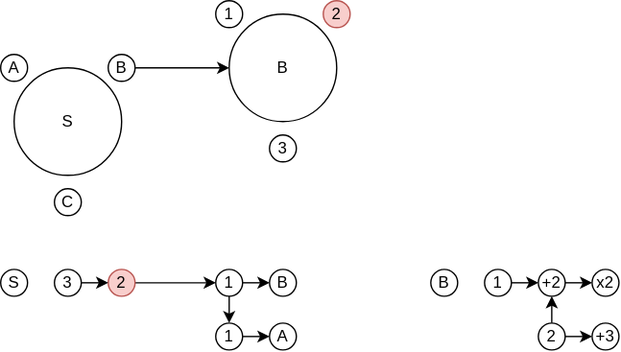
Above: docs/content/design/diagrams/revocation.drawio.svg in dxos/dxos (draw.io), before the change. Source tidied: cells renumbered, new cells last; positions are measured from the earlier drawing's top-left corner, leaving out a move shared by most shapes.
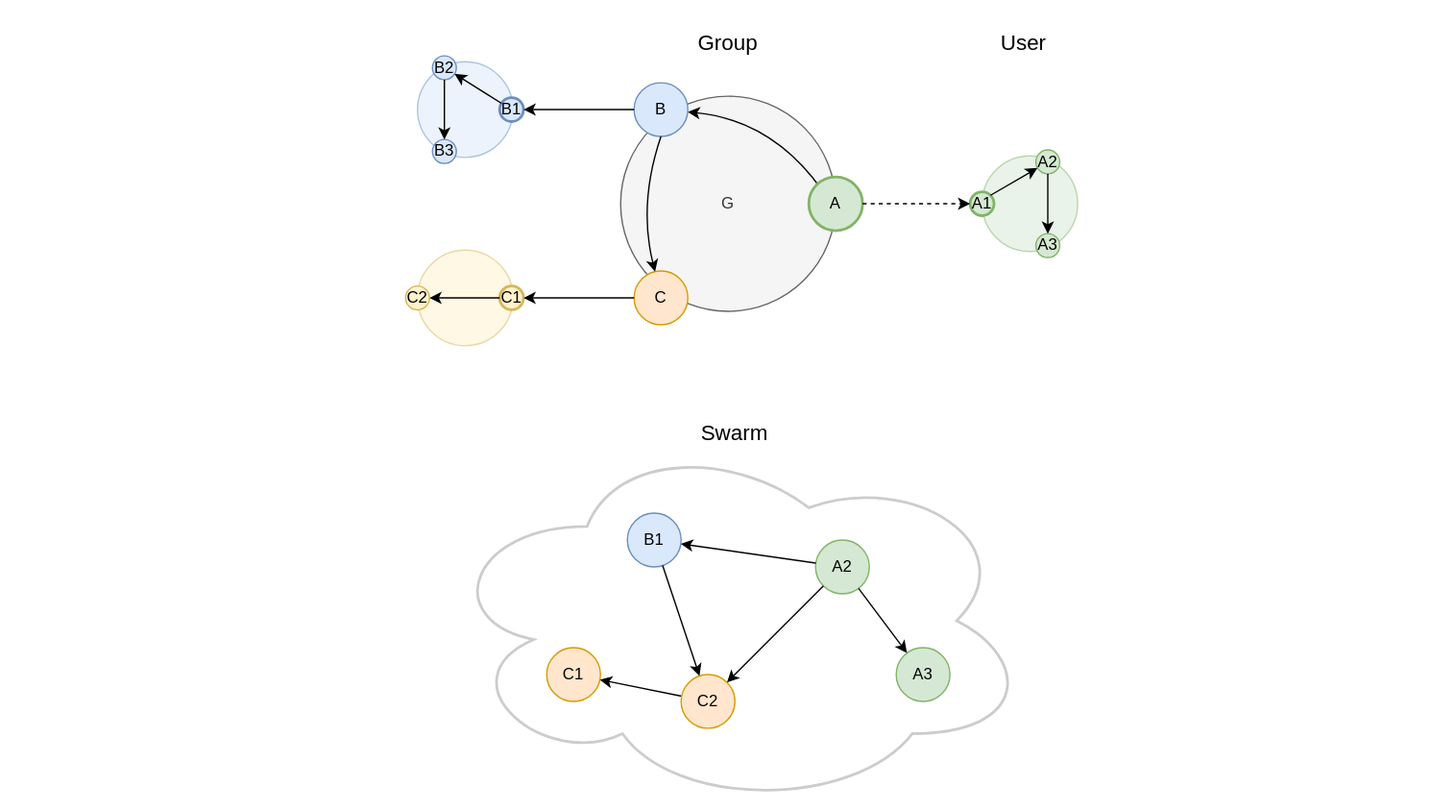
The same file after the commit.

Diff of the diagram source:
```diff
@@ -2,98 +2,146 @@
   <root>
     <mxCell id="0" />
     <mxCell id="1" parent="0" />
+    <mxCell id="30" style="rounded=0;whiteSpace=wrap;html=1;strokeColor=none;strokeWidth=2;fontSize=16;fillColor=none;" parent="1" vertex="1">
+      <mxGeometry x="-230" y="-70" width="1080" height="600" as="geometry" />
+    </mxCell>
+    <mxCell id="27" style="group;" parent="1" vertex="1">
+      <mxGeometry x="95" y="230" width="440" height="300" as="geometry" />
+    </mxCell>
+    <mxCell id="33" style="ellipse;shape=cloud;whiteSpace=wrap;html=1;strokeColor=#CCCCCC;strokeWidth=2;fillColor=none;" parent="27" vertex="1">
+      <mxGeometry y="20" width="440" height="280" as="geometry" />
+    </mxCell>
+    <mxCell id="13" value="A2" style="ellipse;whiteSpace=wrap;html=1;strokeColor=#82b366;fillColor=#d5e8d4;" parent="27" vertex="1">
+      <mxGeometry x="280" y="100" width="40" height="40" as="geometry" />
+    </mxCell>
+    <mxCell id="16" value="A3" style="ellipse;whiteSpace=wrap;html=1;strokeColor=#82b366;fillColor=#d5e8d4;" parent="27" vertex="1">
+      <mxGeometry x="340" y="180" width="40" height="40" as="geometry" />
+    </mxCell>
+    <mxCell id="19" style="edgeStyle=none;html=1;" parent="27" edge="1" source="13" target="16">
+      <mxGeometry relative="1" as="geometry" />
+    </mxCell>
+    <mxCell id="21" value="B1" style="ellipse;whiteSpace=wrap;html=1;strokeColor=#6c8ebf;fillColor=#dae8fc;" parent="27" vertex="1">
+      <mxGeometry x="140" y="80" width="40" height="40" as="geometry" />
+    </mxCell>
+    <mxCell id="34" style="edgeStyle=none;html=1;" parent="27" edge="1" source="13" target="21">
+      <mxGeometry relative="1" as="geometry" />
+    </mxCell>
+    <mxCell id="20" value="C1" style="ellipse;whiteSpace=wrap;html=1;fillColor=#ffe6cc;strokeColor=#d79b00;" parent="27" vertex="1">
+      <mxGeometry x="80" y="180" width="40" height="40" as="geometry" />
+    </mxCell>
+    <mxCell id="24" style="edgeStyle=none;html=1;" parent="27" edge="1" source="14" target="20">
+      <mxGeometry relative="1" as="geometry" />
+    </mxCell>
+    <mxCell id="14" value="C2" style="ellipse;whiteSpace=wrap;html=1;fillColor=#ffe6cc;strokeColor=#d79b00;" parent="27" vertex="1">
+      <mxGeometry x="180" y="200" width="40" height="40" as="geometry" />
+    </mxCell>
+    <mxCell id="22" style="edgeStyle=none;html=1;" parent="27" edge="1" source="13" target="14">
+      <mxGeometry relative="1" as="geometry" />
+    </mxCell>
+    <mxCell id="26" style="edgeStyle=none;html=1;" parent="27" edge="1" source="21" target="14">
+      <mxGeometry relative="1" as="geometry" />
+    </mxCell>
+    <mxCell id="29" value="Swarm" style="rounded=0;whiteSpace=wrap;html=1;strokeColor=none;strokeWidth=2;fillColor=none;fontSize=16;" parent="27" vertex="1">
+      <mxGeometry x="140" width="160" height="40" as="geometry" />
+    </mxCell>
+    <mxCell id="6" value="G" style="ellipse;whiteSpace=wrap;html=1;fillColor=#f5f5f5;strokeColor=#666666;fontColor=#333333;" parent="1" vertex="1">
+      <mxGeometry x="230" width="160" height="160" as="geometry" />
+    </mxCell>
+    <mxCell id="35" style="edgeStyle=none;html=1;fontSize=16;curved=1;" parent="1" edge="1" target="36">
+      <mxGeometry relative="1" as="geometry">
+        <mxPoint x="380" y="70" as="sourcePoint" />
+        <Array as="points">
+          <mxPoint x="343" y="18" />
+        </Array>
+      </mxGeometry>
+    </mxCell>
-    <mxCell id="2" value="A" style="ellipse;whiteSpace=wrap;html=1;" parent="1" vertex="1">
-      <mxGeometry y="40" width="20" height="20" as="geometry" />
+    <mxCell id="2" value="A" style="ellipse;whiteSpace=wrap;html=1;fillColor=#d5e8d4;strokeColor=#82b366;strokeWidth=2;" parent="1" vertex="1">
+      <mxGeometry x="370" y="60" width="40" height="40" as="geometry" />
     </mxCell>
+    <mxCell id="36" value="B" style="ellipse;whiteSpace=wrap;html=1;fillColor=#dae8fc;strokeColor=#6c8ebf;" parent="1" vertex="1">
+      <mxGeometry x="240" y="-10" width="40" height="40" as="geometry" />
+    </mxCell>
+    <mxCell id="4" value="C" style="ellipse;whiteSpace=wrap;html=1;fillColor=#ffe6cc;strokeColor=#d79b00;" parent="1" vertex="1">
+      <mxGeometry x="240" y="130" width="40" height="40" as="geometry" />
+    </mxCell>
+    <mxCell id="37" style="edgeStyle=none;html=1;exitX=0.5;exitY=1;exitDx=0;exitDy=0;fontSize=16;curved=1;" parent="1" edge="1" source="36" target="4">
+      <mxGeometry relative="1" as="geometry">
+        <Array as="points">
+          <mxPoint x="243" y="80" />
+        </Array>
+      </mxGeometry>
+    </mxCell>
+    <mxCell id="28" style="group;" parent="1" vertex="1">
+      <mxGeometry x="490" y="40" width="80" height="80" as="geometry" />
+    </mxCell>
+    <mxCell id="8" style="ellipse;whiteSpace=wrap;html=1;fillColor=#d5e8d4;strokeColor=#82b366;opacity=50;" parent="28" vertex="1">
+      <mxGeometry x="8.9" y="4.4" width="71.1" height="71.1" as="geometry" />
+    </mxCell>
+    <mxCell id="7" value="A1" style="ellipse;whiteSpace=wrap;html=1;strokeColor=#82b366;fillColor=#d5e8d4;strokeWidth=2;" parent="28" vertex="1">
+      <mxGeometry y="31.1" width="17.8" height="17.8" as="geometry" />
+    </mxCell>
+    <mxCell id="9" value="A2" style="ellipse;whiteSpace=wrap;html=1;strokeColor=#82b366;fillColor=#d5e8d4;" parent="28" vertex="1">
+      <mxGeometry x="48.9" width="17.8" height="17.8" as="geometry" />
+    </mxCell>
+    <mxCell id="38" style="edgeStyle=none;html=1;exitX=1;exitY=0;exitDx=0;exitDy=0;" parent="28" edge="1" source="7" target="9">
+      <mxGeometry relative="1" as="geometry" />
+    </mxCell>
-    <mxCell id="3" style="edgeStyle=none;html=1;exitX=1;exitY=0.5;exitDx=0;exitDy=0;" parent="1" edge="1" source="4" target="10">
-      <mxGeometry relative="1" as="geometry" />
+    <mxCell id="3" value="A3" style="ellipse;whiteSpace=wrap;html=1;strokeColor=#82b366;fillColor=#d5e8d4;" parent="28" vertex="1">
+      <mxGeometry x="48.9" y="62.2" width="17.8" height="17.8" as="geometry" />
     </mxCell>
-    <mxCell id="4" value="B" style="ellipse;whiteSpace=wrap;html=1;" parent="1" vertex="1">
-      <mxGeometry x="80" y="40" width="20" height="20" as="geometry" />
-    </mxCell>
-    <mxCell id="5" value="C" style="ellipse;whiteSpace=wrap;html=1;" parent="1" vertex="1">
-      <mxGeometry x="40" y="140" width="20" height="20" as="geometry" />
-    </mxCell>
-    <mxCell id="6" value="S" style="ellipse;whiteSpace=wrap;html=1;" parent="1" vertex="1">
-      <mxGeometry x="10" y="50" width="80" height="80" as="geometry" />
-    </mxCell>
-    <mxCell id="7" value="1" style="ellipse;whiteSpace=wrap;html=1;" parent="1" vertex="1">
-      <mxGeometry x="160" width="20" height="20" as="geometry" />
-    </mxCell>
-    <mxCell id="8" value="2" style="ellipse;whiteSpace=wrap;html=1;fillColor=#f8cecc;strokeColor=#b85450;" parent="1" vertex="1">
-      <mxGeometry x="240" width="20" height="20" as="geometry" />
-    </mxCell>
-    <mxCell id="9" value="3" style="ellipse;whiteSpace=wrap;html=1;" parent="1" vertex="1">
-      <mxGeometry x="200" y="100" width="20" height="20" as="geometry" />
-    </mxCell>
-    <mxCell id="10" value="B" style="ellipse;whiteSpace=wrap;html=1;" parent="1" vertex="1">
-      <mxGeometry x="170" y="10" width="80" height="80" as="geometry" />
-    </mxCell>
-    <mxCell id="11" style="edgeStyle=none;html=1;" parent="1" edge="1" source="12" target="15">
+    <mxCell id="11" style="edgeStyle=none;html=1;" parent="28" edge="1" source="9" target="3">
       <mxGeometry relative="1" as="geometry" />
     </mxCell>
-    <mxCell id="12" value="2" style="ellipse;whiteSpace=wrap;html=1;fillColor=#f8cecc;strokeColor=#b85450;" parent="1" vertex="1">
-      <mxGeometry x="80" y="200" width="20" height="20" as="geometry" />
+    <mxCell id="12" style="edgeStyle=none;html=1;exitX=1;exitY=0.5;exitDx=0;exitDy=0;dashed=1;" parent="1" edge="1" source="2" target="7">
+      <mxGeometry relative="1" as="geometry" />
     </mxCell>
-    <mxCell id="13" style="edgeStyle=none;html=1;exitX=1;exitY=0.5;exitDx=0;exitDy=0;" parent="1" edge="1" source="15" target="18">
-      <mxGeometry relative="1" as="geometry" />
-    </mxCell>
-    <mxCell id="14" style="edgeStyle=none;html=1;exitX=0.5;exitY=1;exitDx=0;exitDy=0;" parent="1" edge="1" source="15" target="21">
-      <mxGeometry relative="1" as="geometry" />
-    </mxCell>
-    <mxCell id="15" value="1" style="ellipse;whiteSpace=wrap;html=1;" parent="1" vertex="1">
-      <mxGeometry x="160" y="200" width="20" height="20" as="geometry" />
-    </mxCell>
-    <mxCell id="16" style="edgeStyle=none;html=1;exitX=1;exitY=0.5;exitDx=0;exitDy=0;" parent="1" edge="1" source="17" target="12">
-      <mxGeometry relative="1" as="geometry" />
-    </mxCell>
-    <mxCell id="17" value="3" style="ellipse;whiteSpace=wrap;html=1;" parent="1" vertex="1">
-      <mxGeometry x="40" y="200" width="20" height="20" as="geometry" />
-    </mxCell>
-    <mxCell id="18" value="B" style="ellipse;whiteSpace=wrap;html=1;" parent="1" vertex="1">
-      <mxGeometry x="200" y="200" width="20" height="20" as="geometry" />
-    </mxCell>
-    <mxCell id="19" value="A" style="ellipse;whiteSpace=wrap;html=1;" parent="1" vertex="1">
-      <mxGeometry x="200" y="240" width="20" height="20" as="geometry" />
-    </mxCell>
-    <mxCell id="20" style="edgeStyle=none;html=1;exitX=1;exitY=0.5;exitDx=0;exitDy=0;" parent="1" edge="1" source="21" target="19">
-      <mxGeometry relative="1" as="geometry" />
-    </mxCell>
-    <mxCell id="21" value="1" style="ellipse;whiteSpace=wrap;html=1;" parent="1" vertex="1">
-      <mxGeometry x="160" y="240" width="20" height="20" as="geometry" />
-    </mxCell>
-    <mxCell id="22" value="B" style="ellipse;whiteSpace=wrap;html=1;" parent="1" vertex="1">
-      <mxGeometry x="320" y="200" width="20" height="20" as="geometry" />
-    </mxCell>
-    <mxCell id="23" style="edgeStyle=none;html=1;exitX=1;exitY=0.5;exitDx=0;exitDy=0;" parent="1" edge="1" source="24" target="26">
-      <mxGeometry relative="1" as="geometry" />
-    </mxCell>
-    <mxCell id="24" value="1" style="ellipse;whiteSpace=wrap;html=1;" parent="1" vertex="1">
-      <mxGeometry x="360" y="200" width="20" height="20" as="geometry" />
-    </mxCell>
+    <mxCell id="31" style="group;" parent="1" vertex="1">
+      <mxGeometry x="70" y="110" width="87.8" height="80" as="geometry" />
+    </mxCell>
-    <mxCell id="25" style="edgeStyle=none;html=1;exitX=1;exitY=0.5;exitDx=0;exitDy=0;" parent="1" edge="1" source="26" target="31">
-      <mxGeometry relative="1" as="geometry" />
+    <mxCell id="25" style="ellipse;whiteSpace=wrap;html=1;fillColor=#fff2cc;strokeColor=#d6b656;opacity=50;" parent="31" vertex="1">
+      <mxGeometry x="8.9" y="4.4" width="71.1" height="71.1" as="geometry" />
     </mxCell>
-    <mxCell id="26" value="+2" style="ellipse;whiteSpace=wrap;html=1;" parent="1" vertex="1">
-      <mxGeometry x="400" y="200" width="20" height="20" as="geometry" />
-    </mxCell>
-    <mxCell id="27" style="edgeStyle=none;html=1;exitX=1;exitY=0.5;exitDx=0;exitDy=0;" parent="1" edge="1" source="29" target="30">
-      <mxGeometry relative="1" as="geometry" />
-    </mxCell>
-    <mxCell id="28" style="edgeStyle=none;html=1;exitX=0.5;exitY=0;exitDx=0;exitDy=0;" parent="1" edge="1" source="29" target="26">
-      <mxGeometry relative="1" as="geometry" />
-    </mxCell>
-    <mxCell id="29" value="2" style="ellipse;whiteSpace=wrap;html=1;" parent="1" vertex="1">
-      <mxGeometry x="400" y="240" width="20" height="20" as="geometry" />
-    </mxCell>
-    <mxCell id="30" value="+3" style="ellipse;whiteSpace=wrap;html=1;" parent="1" vertex="1">
-      <mxGeometry x="440" y="240" width="20" height="20" as="geometry" />
-    </mxCell>
-    <mxCell id="31" value="x2" style="ellipse;whiteSpace=wrap;html=1;" parent="1" vertex="1">
-      <mxGeometry x="440" y="200" width="20" height="20" as="geometry" />
-    </mxCell>
+    <mxCell id="39" value="C2" style="ellipse;whiteSpace=wrap;html=1;strokeColor=#d6b656;fillColor=#fff2cc;" parent="31" vertex="1">
+      <mxGeometry y="31.1" width="17.8" height="17.8" as="geometry" />
+    </mxCell>
-    <mxCell id="32" value="S" style="ellipse;whiteSpace=wrap;html=1;" parent="1" vertex="1">
-      <mxGeometry y="200" width="20" height="20" as="geometry" />
+    <mxCell id="32" value="C1" style="ellipse;whiteSpace=wrap;html=1;strokeColor=#d6b656;fillColor=#fff2cc;strokeWidth=2;" parent="31" vertex="1">
+      <mxGeometry x="70" y="31.1" width="17.8" height="17.8" as="geometry" />
     </mxCell>
+    <mxCell id="40" style="edgeStyle=none;html=1;" parent="31" edge="1" source="32" target="39">
+      <mxGeometry relative="1" as="geometry" />
+    </mxCell>
+    <mxCell id="41" style="edgeStyle=none;html=1;exitX=0;exitY=0.5;exitDx=0;exitDy=0;fontSize=16;" parent="1" edge="1" source="4" target="32">
+      <mxGeometry relative="1" as="geometry" />
+    </mxCell>
+    <mxCell id="42" style="group;" parent="1" vertex="1">
+      <mxGeometry x="70" y="-30" width="80" height="80" as="geometry" />
+    </mxCell>
+    <mxCell id="43" style="ellipse;whiteSpace=wrap;html=1;fillColor=#dae8fc;strokeColor=#6c8ebf;opacity=50;" parent="42" vertex="1">
+      <mxGeometry x="8.9" y="4.4" width="71.1" height="71.1" as="geometry" />
+    </mxCell>
+    <mxCell id="44" value="B1" style="ellipse;whiteSpace=wrap;html=1;strokeColor=#6c8ebf;fillColor=#dae8fc;strokeWidth=2;" parent="42" vertex="1">
+      <mxGeometry x="70" y="31.1" width="17.8" height="17.8" as="geometry" />
+    </mxCell>
+    <mxCell id="45" value="B2" style="ellipse;whiteSpace=wrap;html=1;strokeColor=#6c8ebf;fillColor=#dae8fc;" parent="42" vertex="1">
+      <mxGeometry x="20" width="17.8" height="17.8" as="geometry" />
+    </mxCell>
+    <mxCell id="46" style="edgeStyle=none;html=1;" parent="42" edge="1" source="44" target="45">
+      <mxGeometry relative="1" as="geometry" />
+    </mxCell>
+    <mxCell id="47" value="B3" style="ellipse;whiteSpace=wrap;html=1;strokeColor=#6c8ebf;fillColor=#dae8fc;" parent="42" vertex="1">
+      <mxGeometry x="20" y="62.2" width="17.8" height="17.8" as="geometry" />
+    </mxCell>
+    <mxCell id="48" style="edgeStyle=none;html=1;" parent="42" edge="1" source="45" target="47">
+      <mxGeometry relative="1" as="geometry" />
+    </mxCell>
+    <mxCell id="49" style="edgeStyle=none;html=1;exitX=0;exitY=0.5;exitDx=0;exitDy=0;fontSize=16;" parent="1" edge="1" source="36" target="44">
+      <mxGeometry relative="1" as="geometry" />
+    </mxCell>
+    <mxCell id="50" value="Group" style="rounded=0;whiteSpace=wrap;html=1;strokeColor=none;strokeWidth=2;fillColor=none;fontSize=16;" parent="1" vertex="1">
+      <mxGeometry x="230" y="-60" width="160" height="40" as="geometry" />
+    </mxCell>
+    <mxCell id="51" value="User" style="rounded=0;whiteSpace=wrap;html=1;strokeColor=none;strokeWidth=2;fillColor=none;fontSize=16;" parent="1" vertex="1">
+      <mxGeometry x="450" y="-60" width="160" height="40" as="geometry" />
+    </mxCell>
   </root>
 </mxGraphModel>
```
